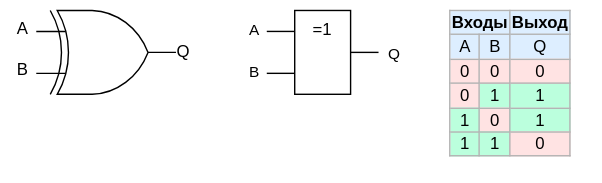
Above: .pic/Introduction/How FPGA works/fig_03.drawio.svg in MPSU/APS (draw.io), before the change. Source tidied: cells renumbered, new cells last; positions are measured from the earlier drawing's top-left corner, leaving out a move shared by most shapes.
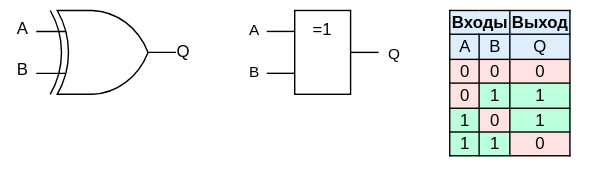
After the change.

The edit, as a diff of the source:
```diff
@@ -47,7 +47,7 @@
     <mxCell id="12" value="=1" style="rounded=0;whiteSpace=wrap;html=1;horizontal=1;verticalAlign=top;" parent="1" vertex="1">
       <mxGeometry x="210" y="7" width="40" height="60" as="geometry" />
     </mxCell>
-    <mxCell id="13" value="&lt;table border=&quot;1&quot; class=&quot;wikitable&quot; style=&quot;float: right; text-align: center; border: 1px solid rgb(179, 179, 179); border-collapse: collapse;&quot;&gt;&lt;tbody&gt;&lt;tr style=&quot;background:#def;&quot;&gt;&lt;td colspan=&quot;2&quot;&gt;&lt;b&gt;Входы&lt;/b&gt;&lt;/td&gt;&lt;td&gt;&lt;b&gt;Выход&lt;/b&gt;&lt;br&gt;&lt;/td&gt;&lt;/tr&gt;&lt;tr style=&quot;background:#def;&quot;&gt;&lt;td&gt;A&lt;/td&gt;&lt;td&gt;B&lt;/td&gt;&lt;td&gt;Q&lt;br&gt;&lt;/td&gt;&lt;/tr&gt;&lt;tr&gt;&lt;td style=&quot;background: #FFE3E3; color: black; vertical-align: middle; text-align: center;&quot; class=&quot;table-no2&quot;&gt;0&lt;/td&gt;&lt;td style=&quot;background: #FFE3E3; color: black; vertical-align: middle; text-align: center;&quot; class=&quot;table-no2&quot;&gt;0&lt;/td&gt;&lt;td style=&quot;background: #FFE3E3; color: black; vertical-align: middle; text-align: center;&quot; class=&quot;table-no2&quot;&gt;0&lt;br&gt;&lt;/td&gt;&lt;/tr&gt;&lt;tr&gt;&lt;td style=&quot;background: #FFE3E3; color: black; vertical-align: middle; text-align: center;&quot; class=&quot;table-no2&quot;&gt;0&lt;/td&gt;&lt;td style=&quot;background:#bfd; color:black; vertical-align:middle; text-align:center;&quot; class=&quot;table-yes2&quot;&gt;1&lt;/td&gt;&lt;td border=&quot;1&quot; style=&quot;background: rgb(187, 255, 221); color: black; vertical-align: middle; text-align: center; border-collapse: collapse;&quot; class=&quot;table-no2&quot;&gt;&lt;span style=&quot;&quot;&gt;1&lt;/span&gt;&lt;br&gt;&lt;/td&gt;&lt;/tr&gt;&lt;tr&gt;&lt;td style=&quot;background:#bfd; color:black; vertical-align:middle; text-align:center;&quot; class=&quot;table-yes2&quot;&gt;1&lt;/td&gt;&lt;td style=&quot;background: #FFE3E3; color: black; vertical-align: middle; text-align: center;&quot; class=&quot;table-no2&quot;&gt;0&lt;/td&gt;&lt;td style=&quot;background: rgb(187, 255, 221); color: black; vertical-align: middle; text-align: center;&quot; class=&quot;table-no2&quot;&gt;1&lt;br&gt;&lt;/td&gt;&lt;/tr&gt;&lt;tr&gt;&lt;td style=&quot;background:#bfd; color:black; vertical-align:middle; text-align:center;&quot; class=&quot;table-yes2&quot;&gt;1&lt;/td&gt;&lt;td style=&quot;background:#bfd; color:black; vertical-align:middle; text-align:center;&quot; class=&quot;table-yes2&quot;&gt;1&lt;/td&gt;&lt;td style=&quot;background: rgb(255, 227, 227); color: black; vertical-align: middle; text-align: center;&quot; class=&quot;table-yes2&quot;&gt;0&lt;br&gt;&lt;/td&gt;&lt;/tr&gt;&lt;/tbody&gt;&lt;/table&gt;" style="text;whiteSpace=wrap;html=1;strokeColor=none;" parent="1" vertex="1">
+    <mxCell id="13" value="&lt;table border=&quot;1&quot; class=&quot;wikitable&quot; style=&quot;float: right; text-align: center; border: 1px solid rgb(0, 0, 0); border-collapse: collapse;&quot;&gt;&lt;tbody&gt;&lt;tr style=&quot;background:#def;&quot;&gt;&lt;td colspan=&quot;2&quot; style=&quot;border: 1px solid rgb(0, 0, 0);&quot;&gt;&lt;b&gt;Входы&lt;/b&gt;&lt;/td&gt;&lt;td style=&quot;border: 1px solid rgb(0, 0, 0);&quot;&gt;&lt;b&gt;Выход&lt;/b&gt;&lt;br&gt;&lt;/td&gt;&lt;/tr&gt;&lt;tr style=&quot;background:#def;&quot;&gt;&lt;td style=&quot;border: 1px solid rgb(0, 0, 0);&quot;&gt;A&lt;/td&gt;&lt;td style=&quot;border: 1px solid rgb(0, 0, 0);&quot;&gt;B&lt;/td&gt;&lt;td style=&quot;border: 1px solid rgb(0, 0, 0);&quot;&gt;Q&lt;br&gt;&lt;/td&gt;&lt;/tr&gt;&lt;tr&gt;&lt;td style=&quot;background: #FFE3E3; color: black; vertical-align: middle; text-align: center; border: 1px solid rgb(0, 0, 0);&quot; class=&quot;table-no2&quot;&gt;0&lt;/td&gt;&lt;td style=&quot;background: #FFE3E3; color: black; vertical-align: middle; text-align: center; border: 1px solid rgb(0, 0, 0);&quot; class=&quot;table-no2&quot;&gt;0&lt;/td&gt;&lt;td style=&quot;background: #FFE3E3; color: black; vertical-align: middle; text-align: center; border: 1px solid rgb(0, 0, 0);&quot; class=&quot;table-no2&quot;&gt;0&lt;br&gt;&lt;/td&gt;&lt;/tr&gt;&lt;tr&gt;&lt;td style=&quot;background: #FFE3E3; color: black; vertical-align: middle; text-align: center; border: 1px solid rgb(0, 0, 0);&quot; class=&quot;table-no2&quot;&gt;0&lt;/td&gt;&lt;td style=&quot;background:#bfd; color:black; vertical-align:middle; text-align:center; border: 1px solid rgb(0, 0, 0);&quot; class=&quot;table-yes2&quot;&gt;1&lt;/td&gt;&lt;td border=&quot;1&quot; style=&quot;background: rgb(187, 255, 221); color: black; vertical-align: middle; text-align: center; border-collapse: collapse; border: 1px solid rgb(0, 0, 0);&quot; class=&quot;table-no2&quot;&gt;&lt;span style=&quot;&quot;&gt;1&lt;/span&gt;&lt;br&gt;&lt;/td&gt;&lt;/tr&gt;&lt;tr&gt;&lt;td style=&quot;background:#bfd; color:black; vertical-align:middle; text-align:center; border: 1px solid rgb(0, 0, 0);&quot; class=&quot;table-yes2&quot;&gt;1&lt;/td&gt;&lt;td style=&quot;background: #FFE3E3; color: black; vertical-align: middle; text-align: center; border: 1px solid rgb(0, 0, 0);&quot; class=&quot;table-no2&quot;&gt;0&lt;/td&gt;&lt;td style=&quot;background: rgb(187, 255, 221); color: black; vertical-align: middle; text-align: center; border: 1px solid rgb(0, 0, 0);&quot; class=&quot;table-no2&quot;&gt;1&lt;br&gt;&lt;/td&gt;&lt;/tr&gt;&lt;tr&gt;&lt;td style=&quot;background:#bfd; color:black; vertical-align:middle; text-align:center; border: 1px solid rgb(0, 0, 0);&quot; class=&quot;table-yes2&quot;&gt;1&lt;/td&gt;&lt;td style=&quot;background:#bfd; color:black; vertical-align:middle; text-align:center; border: 1px solid rgb(0, 0, 0);&quot; class=&quot;table-yes2&quot;&gt;1&lt;/td&gt;&lt;td style=&quot;background: rgb(255, 227, 227); color: black; vertical-align: middle; text-align: center; border: 1px solid rgb(0, 0, 0);&quot; class=&quot;table-yes2&quot;&gt;0&lt;br&gt;&lt;/td&gt;&lt;/tr&gt;&lt;/tbody&gt;&lt;/table&gt;" style="text;whiteSpace=wrap;html=1;strokeColor=none;" parent="1" vertex="1">
       <mxGeometry x="319" width="110" height="130" as="geometry" />
     </mxCell>
   </root>
```
